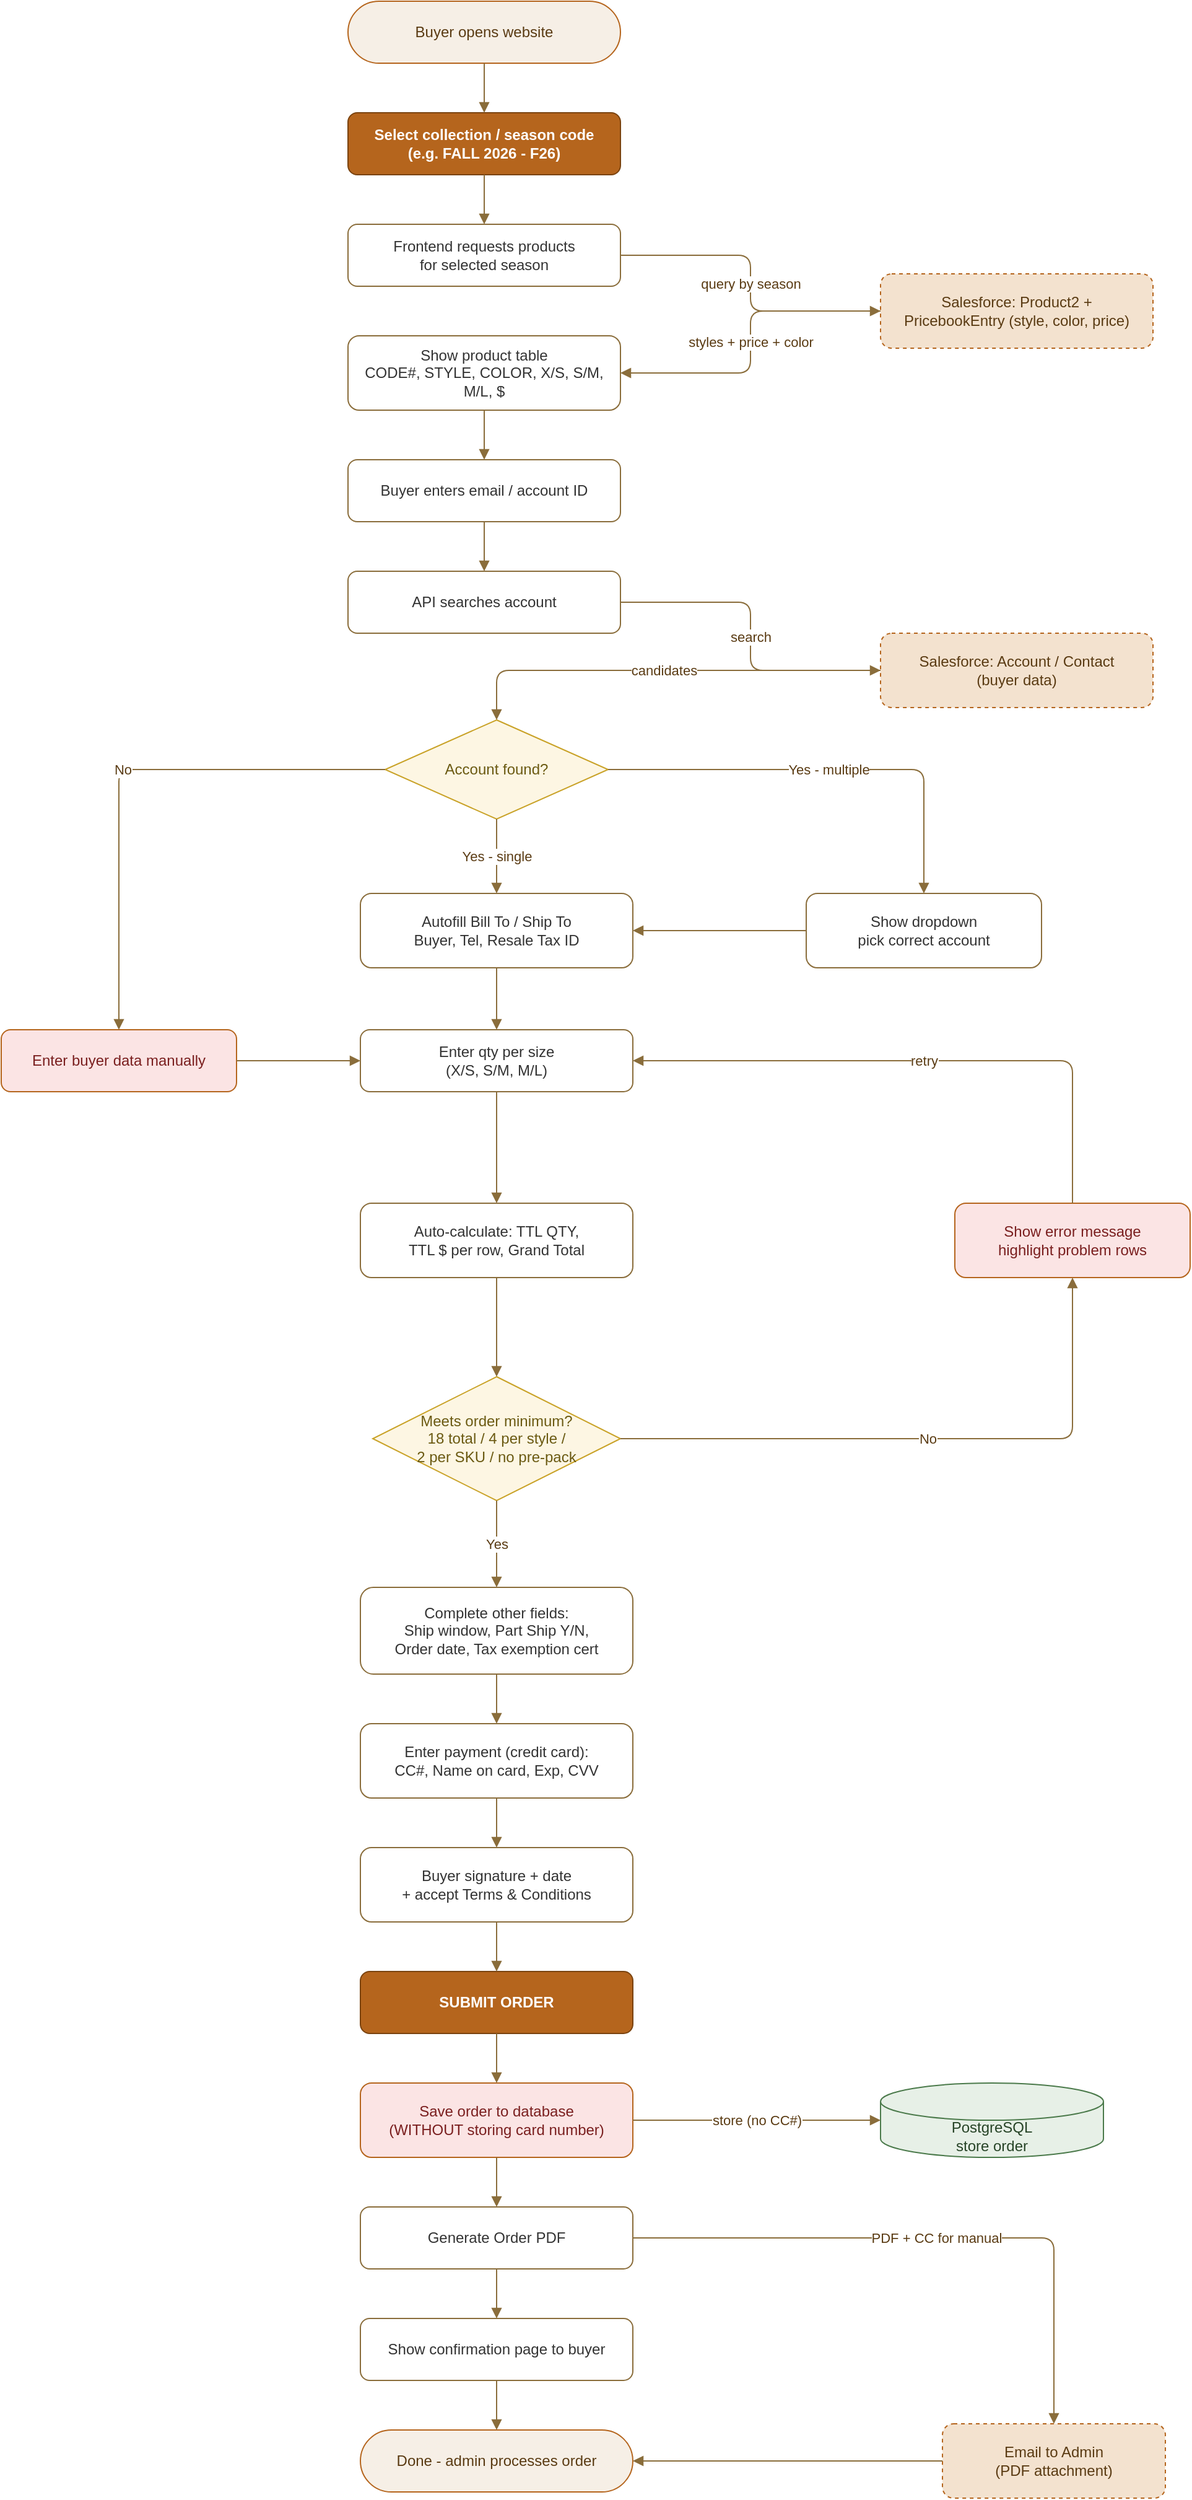
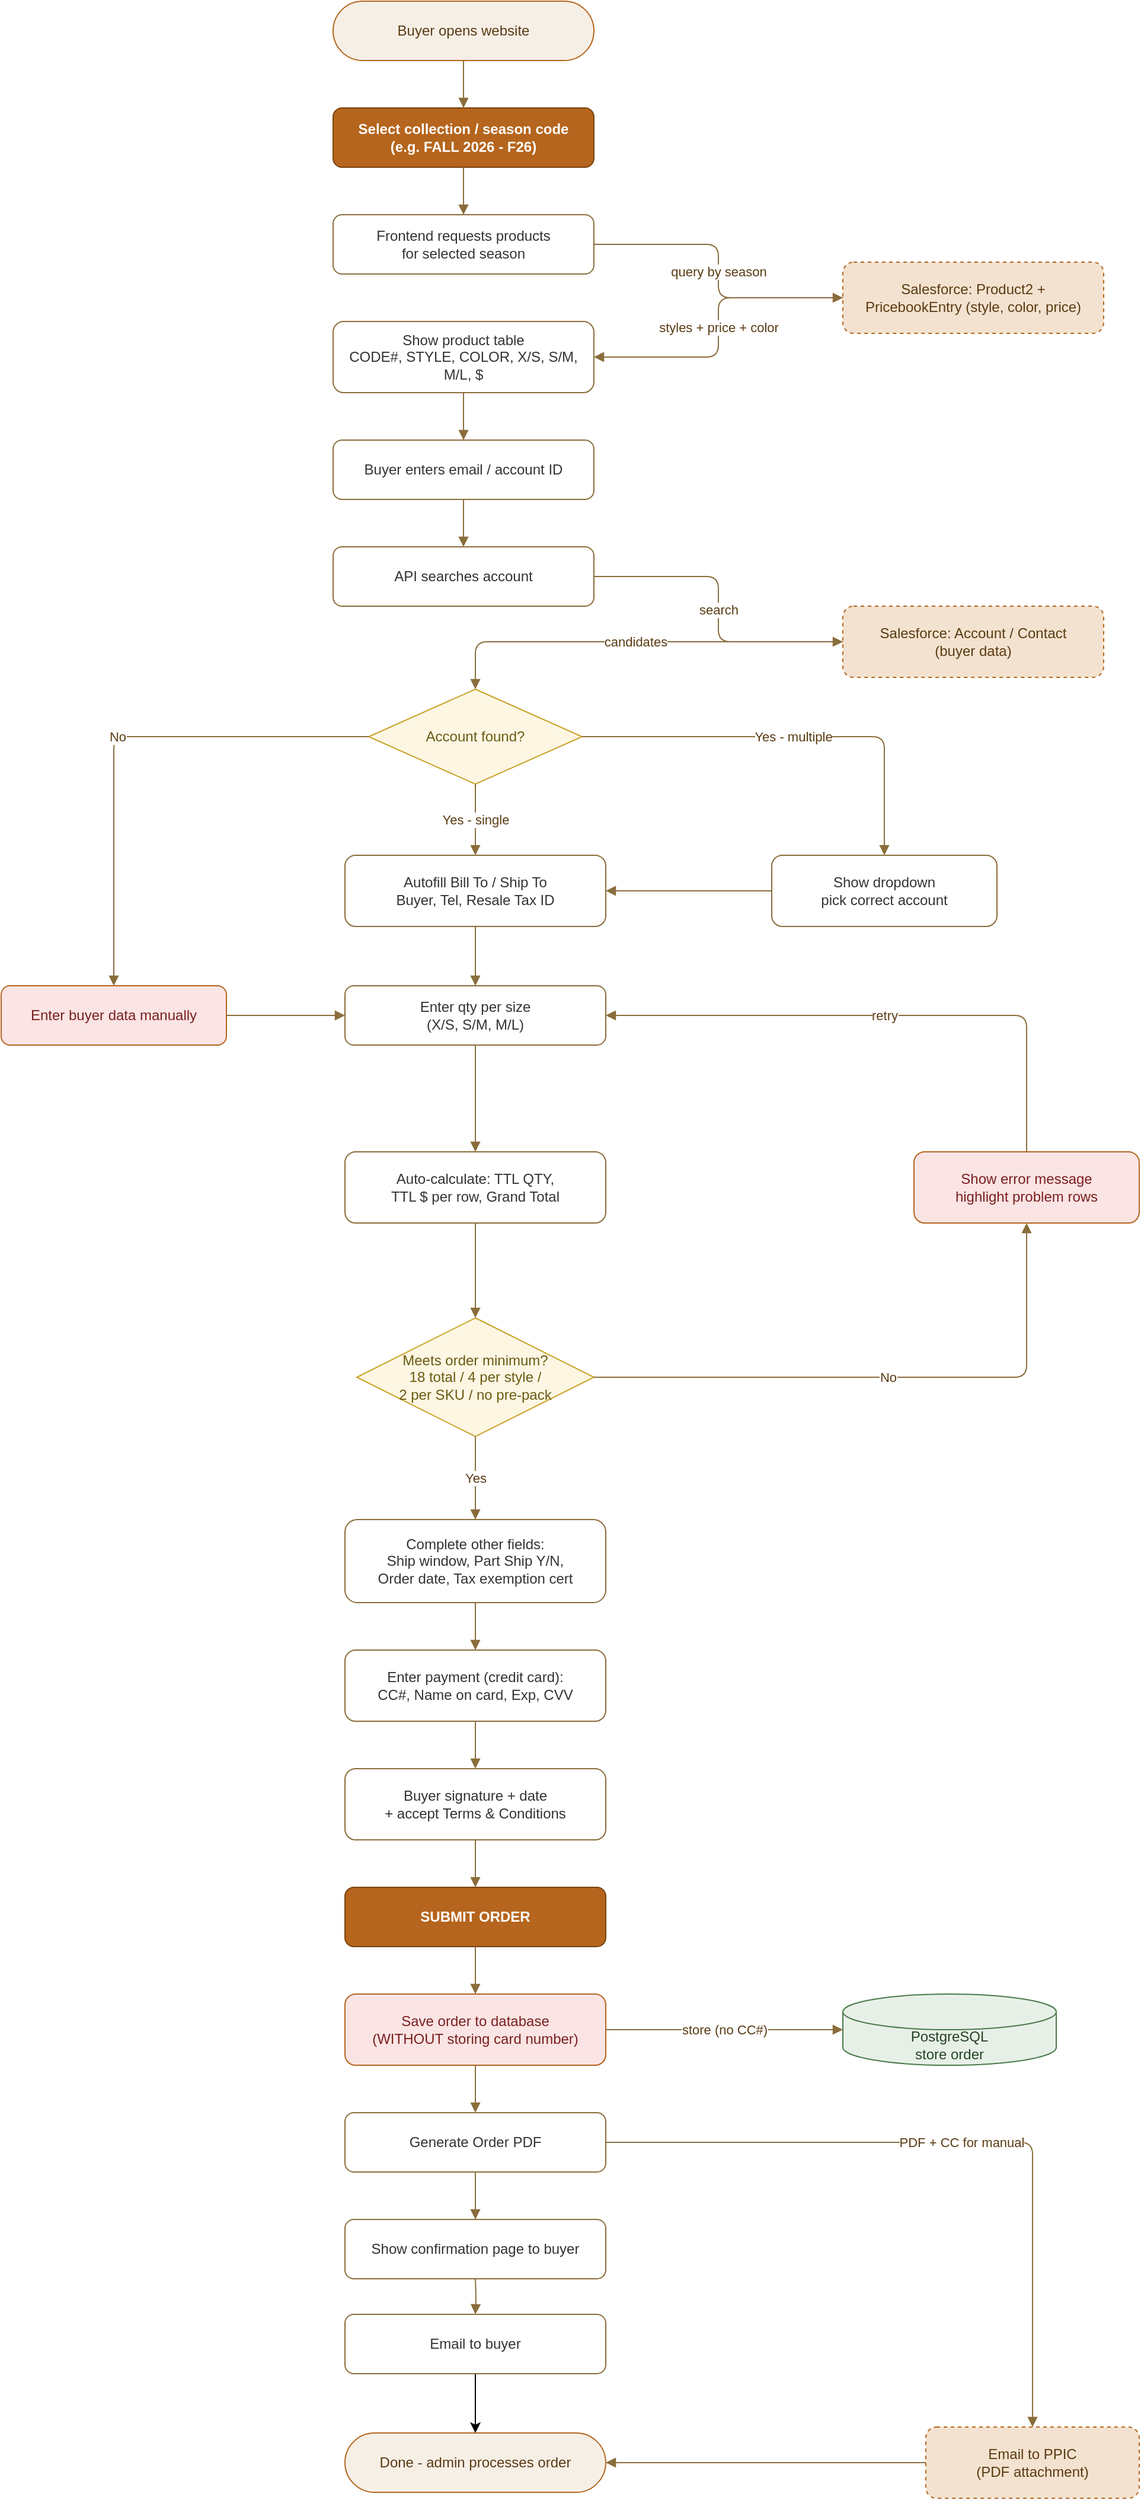
<mxfile host="65bd71144e">
    <diagram id="woodenships-order" name="Wooden Ships Order Flow">
-         <mxGraphModel dx="1374" dy="413" grid="1" gridSize="10" guides="1" tooltips="1" connect="1" arrows="1" fold="1" page="1" pageScale="1" pageWidth="1100" pageHeight="1900" math="0" shadow="0">
+         <mxGraphModel dx="1666" dy="571" grid="1" gridSize="10" guides="1" tooltips="1" connect="1" arrows="1" fold="1" page="1" pageScale="1" pageWidth="1100" pageHeight="1900" math="0" shadow="0">
            <root>
                <mxCell id="0"/>
                <mxCell id="1" parent="0"/>
                <mxCell id="start" value="Buyer opens website" style="rounded=1;whiteSpace=wrap;html=1;fillColor=#f6efe6;strokeColor=#b5651d;arcSize=50;fontColor=#5a3b13;" parent="1" vertex="1">
                    <mxGeometry x="360" y="20" width="220" height="50" as="geometry"/>
                </mxCell>
                <mxCell id="season" value="Select collection / season code&lt;br&gt;(e.g. FALL 2026 - F26)" style="rounded=1;whiteSpace=wrap;html=1;fillColor=#b5651d;strokeColor=#7a430f;fontColor=#ffffff;fontStyle=1;" parent="1" vertex="1">
                    <mxGeometry x="360" y="110" width="220" height="50" as="geometry"/>
                </mxCell>
                <mxCell id="req" value="Frontend requests products&lt;br&gt;for selected season" style="rounded=1;whiteSpace=wrap;html=1;fillColor=#ffffff;strokeColor=#8a6d3b;fontColor=#333333;" parent="1" vertex="1">
                    <mxGeometry x="360" y="200" width="220" height="50" as="geometry"/>
                </mxCell>
                <mxCell id="show" value="Show product table&lt;br&gt;CODE#, STYLE, COLOR, X/S, S/M, M/L, $" style="rounded=1;whiteSpace=wrap;html=1;fillColor=#ffffff;strokeColor=#8a6d3b;fontColor=#333333;" parent="1" vertex="1">
                    <mxGeometry x="360" y="290" width="220" height="60" as="geometry"/>
                </mxCell>
                <mxCell id="buyer" value="Buyer enters email / account ID" style="rounded=1;whiteSpace=wrap;html=1;fillColor=#ffffff;strokeColor=#8a6d3b;fontColor=#333333;" parent="1" vertex="1">
                    <mxGeometry x="360" y="390" width="220" height="50" as="geometry"/>
                </mxCell>
                <mxCell id="api2" value="API searches account" style="rounded=1;whiteSpace=wrap;html=1;fillColor=#ffffff;strokeColor=#8a6d3b;fontColor=#333333;" parent="1" vertex="1">
                    <mxGeometry x="360" y="480" width="220" height="50" as="geometry"/>
                </mxCell>
                <mxCell id="match" value="Account found?" style="rhombus;whiteSpace=wrap;html=1;fillColor=#fdf6e3;strokeColor=#c9a227;fontColor=#6b5a12;" parent="1" vertex="1">
                    <mxGeometry x="390" y="600" width="180" height="80" as="geometry"/>
                </mxCell>
                <mxCell id="autofill" value="Autofill Bill To / Ship To&lt;br&gt;Buyer, Tel, Resale Tax ID" style="rounded=1;whiteSpace=wrap;html=1;fillColor=#ffffff;strokeColor=#8a6d3b;fontColor=#333333;" parent="1" vertex="1">
                    <mxGeometry x="370" y="740" width="220" height="60" as="geometry"/>
                </mxCell>
                <mxCell id="qty" value="Enter qty per size&lt;br&gt;(X/S, S/M, M/L)" style="rounded=1;whiteSpace=wrap;html=1;fillColor=#ffffff;strokeColor=#8a6d3b;fontColor=#333333;" parent="1" vertex="1">
                    <mxGeometry x="370" y="850" width="220" height="50" as="geometry"/>
                </mxCell>
                <mxCell id="calc" value="Auto-calculate: TTL QTY,&lt;br&gt;TTL $ per row, Grand Total" style="rounded=1;whiteSpace=wrap;html=1;fillColor=#ffffff;strokeColor=#8a6d3b;fontColor=#333333;" parent="1" vertex="1">
                    <mxGeometry x="370" y="990" width="220" height="60" as="geometry"/>
                </mxCell>
                <mxCell id="valid" value="Meets order minimum?&lt;br&gt;18 total / 4 per style /&lt;br&gt;2 per SKU / no pre-pack" style="rhombus;whiteSpace=wrap;html=1;fillColor=#fdf6e3;strokeColor=#c9a227;fontColor=#6b5a12;" parent="1" vertex="1">
                    <mxGeometry x="380" y="1130" width="200" height="100" as="geometry"/>
                </mxCell>
                <mxCell id="details" value="Complete other fields:&lt;br&gt;Ship window, Part Ship Y/N,&lt;br&gt;Order date, Tax exemption cert" style="rounded=1;whiteSpace=wrap;html=1;fillColor=#ffffff;strokeColor=#8a6d3b;fontColor=#333333;" parent="1" vertex="1">
                    <mxGeometry x="370" y="1300" width="220" height="70" as="geometry"/>
                </mxCell>
                <mxCell id="pay" value="Enter payment (credit card):&lt;br&gt;CC#, Name on card, Exp, CVV" style="rounded=1;whiteSpace=wrap;html=1;fillColor=#ffffff;strokeColor=#8a6d3b;fontColor=#333333;" parent="1" vertex="1">
                    <mxGeometry x="370" y="1410" width="220" height="60" as="geometry"/>
                </mxCell>
                <mxCell id="sign" value="Buyer signature + date&lt;br&gt;+ accept Terms &amp; Conditions" style="rounded=1;whiteSpace=wrap;html=1;fillColor=#ffffff;strokeColor=#8a6d3b;fontColor=#333333;" parent="1" vertex="1">
                    <mxGeometry x="370" y="1510" width="220" height="60" as="geometry"/>
                </mxCell>
                <mxCell id="submit" value="SUBMIT ORDER" style="rounded=1;whiteSpace=wrap;html=1;fillColor=#b5651d;strokeColor=#7a430f;fontColor=#ffffff;fontStyle=1;" parent="1" vertex="1">
                    <mxGeometry x="370" y="1610" width="220" height="50" as="geometry"/>
                </mxCell>
                <mxCell id="save" value="Save order to database&lt;br&gt;(WITHOUT storing card number)" style="rounded=1;whiteSpace=wrap;html=1;fillColor=#fbe4e4;strokeColor=#b5651d;fontColor=#7a1f1f;" parent="1" vertex="1">
                    <mxGeometry x="370" y="1700" width="220" height="60" as="geometry"/>
                </mxCell>
                <mxCell id="pdf" value="Generate Order PDF" style="rounded=1;whiteSpace=wrap;html=1;fillColor=#ffffff;strokeColor=#8a6d3b;fontColor=#333333;" parent="1" vertex="1">
                    <mxGeometry x="370" y="1800" width="220" height="50" as="geometry"/>
                </mxCell>
                <mxCell id="confirm" value="Show confirmation page to buyer" style="rounded=1;whiteSpace=wrap;html=1;fillColor=#ffffff;strokeColor=#8a6d3b;fontColor=#333333;" parent="1" vertex="1">
                    <mxGeometry x="370" y="1890" width="220" height="50" as="geometry"/>
                </mxCell>
                <mxCell id="done" value="Done - admin processes order" style="rounded=1;whiteSpace=wrap;html=1;fillColor=#f6efe6;strokeColor=#b5651d;arcSize=50;fontColor=#5a3b13;" parent="1" vertex="1">
-                     <mxGeometry x="370" y="1980" width="220" height="50" as="geometry"/>
+                     <mxGeometry x="370" y="2070" width="220" height="50" as="geometry"/>
                </mxCell>
                <mxCell id="pick" value="Show dropdown&lt;br&gt;pick correct account" style="rounded=1;whiteSpace=wrap;html=1;fillColor=#ffffff;strokeColor=#8a6d3b;fontColor=#333333;" parent="1" vertex="1">
                    <mxGeometry x="730" y="740" width="190" height="60" as="geometry"/>
                </mxCell>
                <mxCell id="manual" value="Enter buyer data manually" style="rounded=1;whiteSpace=wrap;html=1;fillColor=#fbe4e4;strokeColor=#b5651d;fontColor=#7a1f1f;" parent="1" vertex="1">
                    <mxGeometry x="80" y="850" width="190" height="50" as="geometry"/>
                </mxCell>
                <mxCell id="err" value="Show error message&lt;br&gt;highlight problem rows" style="rounded=1;whiteSpace=wrap;html=1;fillColor=#fbe4e4;strokeColor=#b5651d;fontColor=#7a1f1f;" parent="1" vertex="1">
                    <mxGeometry x="850" y="990" width="190" height="60" as="geometry"/>
                </mxCell>
                <mxCell id="sfprod" value="Salesforce: Product2 +&lt;br&gt;PricebookEntry (style, color, price)" style="rounded=1;whiteSpace=wrap;html=1;fillColor=#f3e2cf;strokeColor=#b5651d;fontColor=#5a3b13;dashed=1;" parent="1" vertex="1">
                    <mxGeometry x="790" y="240" width="220" height="60" as="geometry"/>
                </mxCell>
                <mxCell id="sfacc" value="Salesforce: Account / Contact&lt;br&gt;(buyer data)" style="rounded=1;whiteSpace=wrap;html=1;fillColor=#f3e2cf;strokeColor=#b5651d;fontColor=#5a3b13;dashed=1;" parent="1" vertex="1">
                    <mxGeometry x="790" y="530" width="220" height="60" as="geometry"/>
                </mxCell>
                <mxCell id="db" value="PostgreSQL&lt;br&gt;store order" style="shape=cylinder3;whiteSpace=wrap;html=1;boundedLbl=1;backgroundOutline=1;fillColor=#e7f0e7;strokeColor=#4b7a4b;fontColor=#274427;" parent="1" vertex="1">
                    <mxGeometry x="790" y="1700" width="180" height="60" as="geometry"/>
                </mxCell>
-                 <mxCell id="mail" value="Email to Admin&lt;br&gt;(PDF attachment)" style="rounded=1;whiteSpace=wrap;html=1;fillColor=#f3e2cf;strokeColor=#b5651d;fontColor=#5a3b13;dashed=1;" parent="1" vertex="1">
-                     <mxGeometry x="840" y="1975" width="180" height="60" as="geometry"/>
+                 <mxCell id="mail" value="Email to PPIC&lt;br&gt;(PDF attachment)" style="rounded=1;whiteSpace=wrap;html=1;fillColor=#f3e2cf;strokeColor=#b5651d;fontColor=#5a3b13;dashed=1;" parent="1" vertex="1">
+                     <mxGeometry x="860" y="2065" width="180" height="60" as="geometry"/>
                </mxCell>
                <mxCell id="e0" value="" style="edgeStyle=orthogonalEdgeStyle;rounded=1;html=1;strokeColor=#8a6d3b;fontColor=#5a3b13;endArrow=block;" parent="1" source="start" target="season" edge="1">
                    <mxGeometry relative="1" as="geometry"/>
                </mxCell>
                <mxCell id="e1" value="" style="edgeStyle=orthogonalEdgeStyle;rounded=1;html=1;strokeColor=#8a6d3b;fontColor=#5a3b13;endArrow=block;" parent="1" source="season" target="req" edge="1">
                    <mxGeometry relative="1" as="geometry"/>
                </mxCell>
                <mxCell id="e2" value="query by season" style="edgeStyle=orthogonalEdgeStyle;rounded=1;html=1;strokeColor=#8a6d3b;fontColor=#5a3b13;endArrow=block;" parent="1" source="req" target="sfprod" edge="1">
                    <mxGeometry relative="1" as="geometry"/>
                </mxCell>
                <mxCell id="e3" value="styles + price + color" style="edgeStyle=orthogonalEdgeStyle;rounded=1;html=1;strokeColor=#8a6d3b;fontColor=#5a3b13;endArrow=block;" parent="1" source="sfprod" target="show" edge="1">
                    <mxGeometry relative="1" as="geometry"/>
                </mxCell>
                <mxCell id="e4" value="" style="edgeStyle=orthogonalEdgeStyle;rounded=1;html=1;strokeColor=#8a6d3b;fontColor=#5a3b13;endArrow=block;" parent="1" source="show" target="buyer" edge="1">
                    <mxGeometry relative="1" as="geometry"/>
                </mxCell>
                <mxCell id="e5" value="" style="edgeStyle=orthogonalEdgeStyle;rounded=1;html=1;strokeColor=#8a6d3b;fontColor=#5a3b13;endArrow=block;" parent="1" source="buyer" target="api2" edge="1">
                    <mxGeometry relative="1" as="geometry"/>
                </mxCell>
                <mxCell id="e6" value="search" style="edgeStyle=orthogonalEdgeStyle;rounded=1;html=1;strokeColor=#8a6d3b;fontColor=#5a3b13;endArrow=block;" parent="1" source="api2" target="sfacc" edge="1">
                    <mxGeometry relative="1" as="geometry"/>
                </mxCell>
                <mxCell id="e7" value="candidates" style="edgeStyle=orthogonalEdgeStyle;rounded=1;html=1;strokeColor=#8a6d3b;fontColor=#5a3b13;endArrow=block;" parent="1" source="sfacc" target="match" edge="1">
-                     <mxGeometry relative="1" as="geometry"/>
+                     <mxGeometry relative="1" as="geometry">
+                         <Array as="points">
+                             <mxPoint x="480" y="560"/>
+                         </Array>
+                         <mxPoint as="offset"/>
+                     </mxGeometry>
                </mxCell>
                <mxCell id="e8" value="Yes - multiple" style="edgeStyle=orthogonalEdgeStyle;rounded=1;html=1;strokeColor=#8a6d3b;fontColor=#5a3b13;endArrow=block;" parent="1" source="match" target="pick" edge="1">
-                     <mxGeometry relative="1" as="geometry"/>
+                     <mxGeometry x="0.0028" relative="1" as="geometry">
+                         <mxPoint as="offset"/>
+                     </mxGeometry>
                </mxCell>
                <mxCell id="e9" value="Yes - single" style="edgeStyle=orthogonalEdgeStyle;rounded=1;html=1;strokeColor=#8a6d3b;fontColor=#5a3b13;endArrow=block;" parent="1" source="match" target="autofill" edge="1">
                    <mxGeometry relative="1" as="geometry"/>
                </mxCell>
                <mxCell id="e10" value="No" style="edgeStyle=orthogonalEdgeStyle;rounded=1;html=1;strokeColor=#8a6d3b;fontColor=#5a3b13;endArrow=block;" parent="1" source="match" target="manual" edge="1">
                    <mxGeometry relative="1" as="geometry"/>
                </mxCell>
                <mxCell id="e11" value="" style="edgeStyle=orthogonalEdgeStyle;rounded=1;html=1;strokeColor=#8a6d3b;fontColor=#5a3b13;endArrow=block;" parent="1" source="pick" target="autofill" edge="1">
                    <mxGeometry relative="1" as="geometry"/>
                </mxCell>
                <mxCell id="e12" value="" style="edgeStyle=orthogonalEdgeStyle;rounded=1;html=1;strokeColor=#8a6d3b;fontColor=#5a3b13;endArrow=block;" parent="1" source="manual" target="qty" edge="1">
                    <mxGeometry relative="1" as="geometry"/>
                </mxCell>
                <mxCell id="e13" value="" style="edgeStyle=orthogonalEdgeStyle;rounded=1;html=1;strokeColor=#8a6d3b;fontColor=#5a3b13;endArrow=block;" parent="1" source="autofill" target="qty" edge="1">
                    <mxGeometry relative="1" as="geometry"/>
                </mxCell>
                <mxCell id="e14" value="" style="edgeStyle=orthogonalEdgeStyle;rounded=1;html=1;strokeColor=#8a6d3b;fontColor=#5a3b13;endArrow=block;" parent="1" source="qty" target="calc" edge="1">
                    <mxGeometry relative="1" as="geometry"/>
                </mxCell>
                <mxCell id="e15" value="" style="edgeStyle=orthogonalEdgeStyle;rounded=1;html=1;strokeColor=#8a6d3b;fontColor=#5a3b13;endArrow=block;" parent="1" source="calc" target="valid" edge="1">
                    <mxGeometry relative="1" as="geometry"/>
                </mxCell>
                <mxCell id="e16" value="No" style="edgeStyle=orthogonalEdgeStyle;rounded=1;html=1;strokeColor=#8a6d3b;fontColor=#5a3b13;endArrow=block;" parent="1" source="valid" target="err" edge="1">
                    <mxGeometry relative="1" as="geometry"/>
                </mxCell>
                <mxCell id="e17" value="retry" style="edgeStyle=orthogonalEdgeStyle;rounded=1;html=1;strokeColor=#8a6d3b;fontColor=#5a3b13;endArrow=block;entryX=1;entryY=0.5;entryDx=0;entryDy=0;" parent="1" source="err" target="qty" edge="1">
                    <mxGeometry relative="1" as="geometry">
                        <Array as="points">
                            <mxPoint x="945" y="875"/>
                        </Array>
                    </mxGeometry>
                </mxCell>
                <mxCell id="e18" value="Yes" style="edgeStyle=orthogonalEdgeStyle;rounded=1;html=1;strokeColor=#8a6d3b;fontColor=#5a3b13;endArrow=block;" parent="1" source="valid" target="details" edge="1">
                    <mxGeometry relative="1" as="geometry"/>
                </mxCell>
                <mxCell id="e19" value="" style="edgeStyle=orthogonalEdgeStyle;rounded=1;html=1;strokeColor=#8a6d3b;fontColor=#5a3b13;endArrow=block;" parent="1" source="details" target="pay" edge="1">
                    <mxGeometry relative="1" as="geometry"/>
                </mxCell>
                <mxCell id="e20" value="" style="edgeStyle=orthogonalEdgeStyle;rounded=1;html=1;strokeColor=#8a6d3b;fontColor=#5a3b13;endArrow=block;" parent="1" source="pay" target="sign" edge="1">
                    <mxGeometry relative="1" as="geometry"/>
                </mxCell>
                <mxCell id="e21" value="" style="edgeStyle=orthogonalEdgeStyle;rounded=1;html=1;strokeColor=#8a6d3b;fontColor=#5a3b13;endArrow=block;" parent="1" source="sign" target="submit" edge="1">
                    <mxGeometry relative="1" as="geometry"/>
                </mxCell>
                <mxCell id="e22" value="" style="edgeStyle=orthogonalEdgeStyle;rounded=1;html=1;strokeColor=#8a6d3b;fontColor=#5a3b13;endArrow=block;" parent="1" source="submit" target="save" edge="1">
                    <mxGeometry relative="1" as="geometry"/>
                </mxCell>
                <mxCell id="e23" value="store (no CC#)" style="edgeStyle=orthogonalEdgeStyle;rounded=1;html=1;strokeColor=#8a6d3b;fontColor=#5a3b13;endArrow=block;" parent="1" source="save" target="db" edge="1">
                    <mxGeometry relative="1" as="geometry"/>
                </mxCell>
                <mxCell id="e24" value="" style="edgeStyle=orthogonalEdgeStyle;rounded=1;html=1;strokeColor=#8a6d3b;fontColor=#5a3b13;endArrow=block;" parent="1" source="save" target="pdf" edge="1">
                    <mxGeometry relative="1" as="geometry"/>
                </mxCell>
                <mxCell id="e25" value="PDF + CC for manual" style="edgeStyle=orthogonalEdgeStyle;rounded=1;html=1;strokeColor=#8a6d3b;fontColor=#5a3b13;endArrow=block;" parent="1" source="pdf" target="mail" edge="1">
                    <mxGeometry relative="1" as="geometry"/>
                </mxCell>
                <mxCell id="e26" value="" style="edgeStyle=orthogonalEdgeStyle;rounded=1;html=1;strokeColor=#8a6d3b;fontColor=#5a3b13;endArrow=block;" parent="1" source="pdf" target="confirm" edge="1">
                    <mxGeometry relative="1" as="geometry"/>
                </mxCell>
                <mxCell id="e27" value="" style="edgeStyle=orthogonalEdgeStyle;rounded=1;html=1;strokeColor=#8a6d3b;fontColor=#5a3b13;endArrow=block;" parent="1" source="mail" target="done" edge="1">
                    <mxGeometry relative="1" as="geometry"/>
                </mxCell>
-                 <mxCell id="e28" value="" style="edgeStyle=orthogonalEdgeStyle;rounded=1;html=1;strokeColor=#8a6d3b;fontColor=#5a3b13;endArrow=block;" parent="1" source="confirm" target="done" edge="1">
+                 <mxCell id="e28" value="" style="edgeStyle=orthogonalEdgeStyle;rounded=1;html=1;strokeColor=#8a6d3b;fontColor=#5a3b13;endArrow=block;entryX=0.5;entryY=0;entryDx=0;entryDy=0;" parent="1" target="2" edge="1">
+                     <mxGeometry relative="1" as="geometry">
+                         <mxPoint x="480" y="1940" as="sourcePoint"/>
+                     </mxGeometry>
+                 </mxCell>
+                 <mxCell id="3" style="edgeStyle=none;html=1;exitX=0.5;exitY=1;exitDx=0;exitDy=0;entryX=0.5;entryY=0;entryDx=0;entryDy=0;" edge="1" parent="1" source="2" target="done">
                    <mxGeometry relative="1" as="geometry"/>
+                 </mxCell>
+                 <mxCell id="2" value="Email to buyer" style="rounded=1;whiteSpace=wrap;html=1;fillColor=#ffffff;strokeColor=#8a6d3b;fontColor=#333333;" vertex="1" parent="1">
+                     <mxGeometry x="370" y="1970" width="220" height="50" as="geometry"/>
                </mxCell>
            </root>
        </mxGraphModel>
    </diagram>
</mxfile>